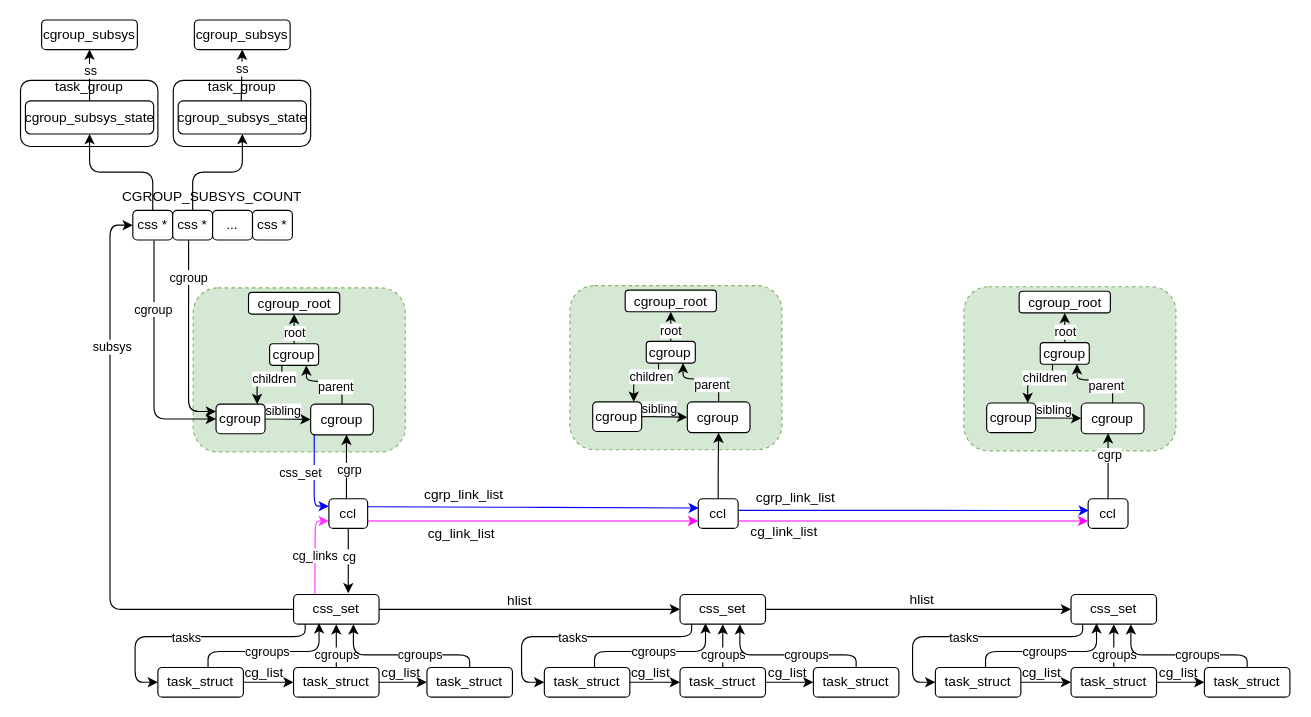
The draw.io diagram cgroup.drawio in jasonactions/graph, before the edit. Source tidied: cells renumbered, new cells numbered last; positions are measured from the earlier drawing's top-left corner, leaving out a move shared by most shapes. Both pictures are drawn from the tidied source at 114%, with x=0, y=0 at pixel (19, 19).
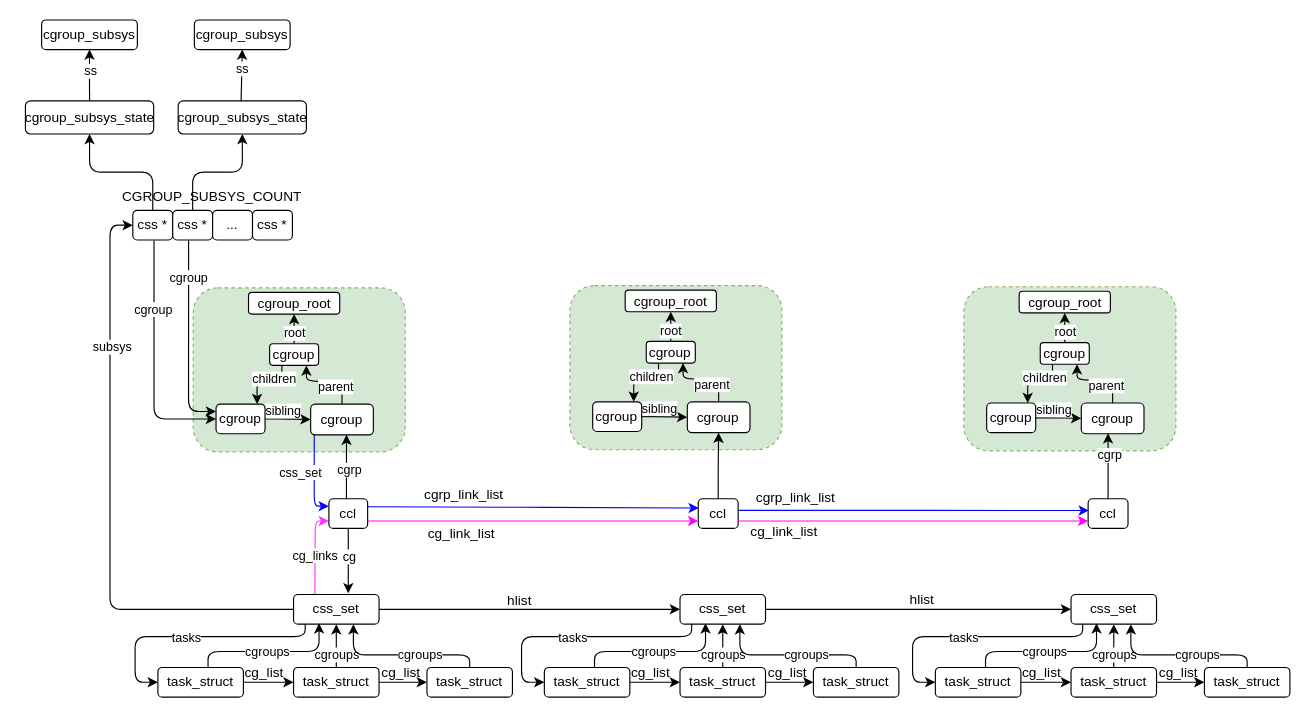
The same page after the edit.

Unchanged cells that the change refers to:
```xml
<mxCell id="62" value="cgroup_subsys" style="rounded=1;whiteSpace=wrap;html=1;" parent="1" vertex="1">
  <mxGeometry x="153" width="84" height="26" as="geometry" />
</mxCell>
```

Change to the diagram source:
```diff
@@
-    <mxCell id="2" style="rounded=1;whiteSpace=wrap;html=1;" parent="1" vertex="1">
-      <mxGeometry x="0.5" y="53" width="120.5" height="58" as="geometry" />
-    </mxCell>
@@
-    <mxCell id="79" value="task_group" style="text;html=1;strokeColor=none;fillColor=none;align=center;verticalAlign=middle;whiteSpace=wrap;rounded=1;" parent="1" vertex="1">
-      <mxGeometry x="30.8" y="44" width="60" height="30" as="geometry" />
-    </mxCell>
-    <mxCell id="80" style="rounded=1;whiteSpace=wrap;html=1;" parent="1" vertex="1">
-      <mxGeometry x="134.5" y="53" width="120.5" height="58" as="geometry" />
-    </mxCell>
@@
-    <mxCell id="82" value="task_group" style="text;html=1;strokeColor=none;fillColor=none;align=center;verticalAlign=middle;whiteSpace=wrap;rounded=1;" parent="1" vertex="1">
-      <mxGeometry x="164.8" y="44" width="60" height="30" as="geometry" />
-    </mxCell>
@@
-    <mxCell id="86" style="endArrow=classic;html=1;rounded=1;entryX=0.5;entryY=1;entryDx=0;entryDy=0;exitX=0.488;exitY=0.9;exitDx=0;exitDy=0;exitPerimeter=0;" parent="1" edge="1" source="82" target="62">
-      <mxGeometry relative="1" as="geometry" />
+    <mxCell id="86" style="endArrow=classic;html=1;rounded=1;entryX=0.5;entryY=1;entryDx=0;entryDy=0;exitX=0.488;exitY=0.9;exitDx=0;exitDy=0;exitPerimeter=0;" parent="1" edge="1" target="62">
+      <mxGeometry relative="1" as="geometry">
+        <mxPoint x="194" y="71" as="sourcePoint" />
+      </mxGeometry>
     </mxCell>
```
